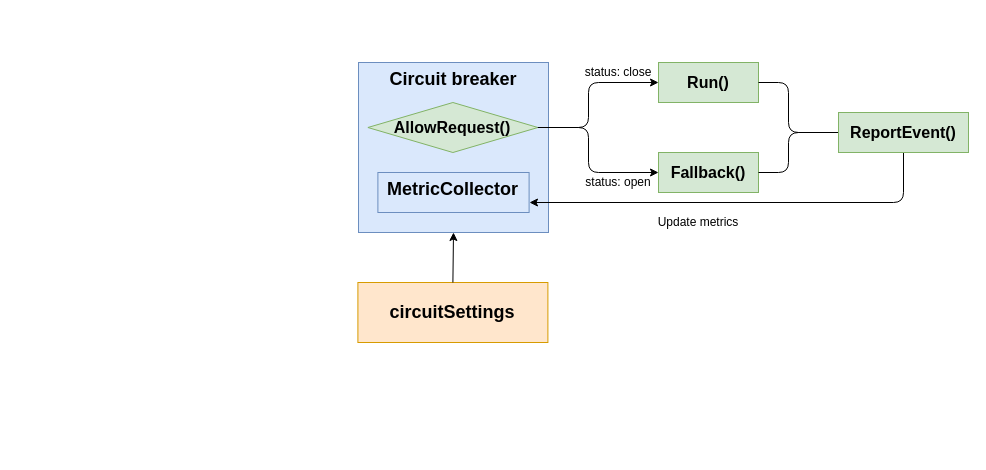
Before: hystrix_error_rate_architecture.drawio in baoqger/drawing.io, a draw.io diagram. Source tidied: cells renumbered, new cells numbered last; positions are measured from the earlier drawing's top-left corner, leaving out a move shared by most shapes. Both pictures are drawn from the tidied source at 100%, with x=0, y=0 at pixel (357, 62).
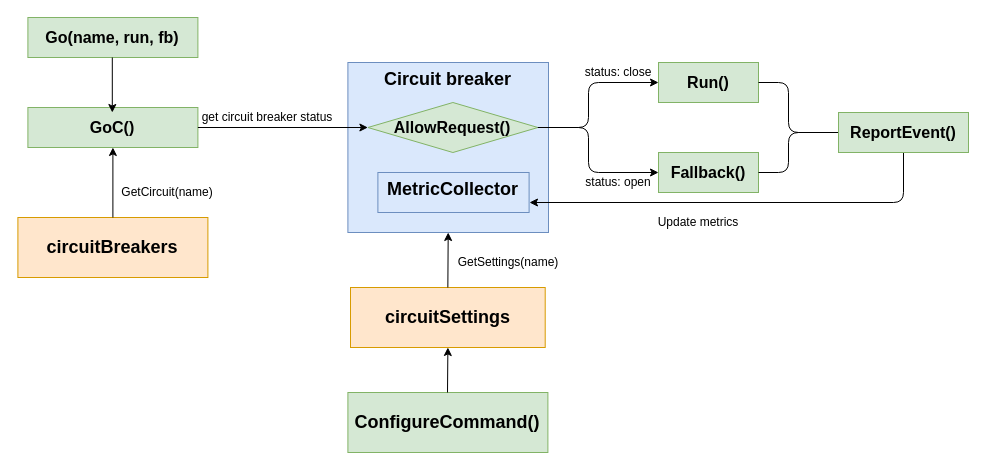
The same diagram, later.

Unchanged cells that the change refers to:
```xml
<mxCell id="6" value="AllowRequest()" style="rhombus;whiteSpace=wrap;html=1;fontSize=16;verticalAlign=middle;fillColor=#d5e8d4;strokeColor=#82b366;fontStyle=1;" parent="1" vertex="1">
  <mxGeometry x="10.4" y="40" width="170" height="50" as="geometry" />
</mxCell>
```

What changed in the source:
```diff
@@
     <mxCell id="2" value="Circuit breaker" style="rounded=0;whiteSpace=wrap;html=1;fillColor=#dae8fc;strokeColor=#6c8ebf;fontSize=18;fontStyle=1;verticalAlign=top;" parent="1" vertex="1">
-      <mxGeometry x="1" width="190" height="170" as="geometry" />
+      <mxGeometry x="-9.6" width="200.6" height="170" as="geometry" />
     </mxCell>
@@
     <mxCell id="16" value="circuitSettings" style="rounded=0;whiteSpace=wrap;html=1;fillColor=#ffe6cc;strokeColor=#d79b00;fontSize=18;fontStyle=1;verticalAlign=middle;" parent="1" vertex="1">
-      <mxGeometry x="0.4" y="220" width="190" height="60" as="geometry" />
+      <mxGeometry x="-7" y="225" width="194.7" height="60" as="geometry" />
     </mxCell>
@@
+    <mxCell id="19" value="ConfigureCommand()" style="rounded=0;whiteSpace=wrap;html=1;fillColor=#d5e8d4;strokeColor=#82b366;fontSize=18;fontStyle=1;verticalAlign=middle;" parent="1" vertex="1">
+      <mxGeometry x="-9.6" y="330" width="200" height="60" as="geometry" />
+    </mxCell>
+    <mxCell id="20" style="endArrow=classic;html=1;fontSize=16;fontColor=#000000;exitX=0.5;exitY=0;exitDx=0;exitDy=0;" parent="1" edge="1">
+      <mxGeometry relative="1" as="geometry">
+        <mxPoint x="90" y="330" as="sourcePoint" />
+        <mxPoint x="90.4" y="285" as="targetPoint" />
+      </mxGeometry>
+    </mxCell>
+    <mxCell id="21" value="GetSettings(name)" style="text;html=1;strokeColor=none;fillColor=none;align=center;verticalAlign=middle;whiteSpace=wrap;rounded=0;fontSize=12;" parent="1" vertex="1">
+      <mxGeometry x="41" y="190" width="220" height="20" as="geometry" />
+    </mxCell>
+    <mxCell id="22" value="circuitBreakers" style="rounded=0;whiteSpace=wrap;html=1;fillColor=#ffe6cc;strokeColor=#d79b00;fontSize=18;fontStyle=1;verticalAlign=middle;" parent="1" vertex="1">
+      <mxGeometry x="-339.6" y="155" width="190" height="60" as="geometry" />
+    </mxCell>
+    <mxCell id="23" value="GoC()" style="rounded=0;whiteSpace=wrap;html=1;fontSize=16;verticalAlign=middle;fillColor=#d5e8d4;strokeColor=#82b366;fontStyle=1;" parent="1" vertex="1">
+      <mxGeometry x="-329.6" y="45" width="170" height="40" as="geometry" />
+    </mxCell>
+    <mxCell id="24" value="Go(name, run, fb)" style="rounded=0;whiteSpace=wrap;html=1;fontSize=16;verticalAlign=middle;fillColor=#d5e8d4;strokeColor=#82b366;fontStyle=1;" parent="1" vertex="1">
+      <mxGeometry x="-329.6" y="-45" width="170" height="40" as="geometry" />
+    </mxCell>
+    <mxCell id="25" style="endArrow=classic;html=1;fontSize=16;fontColor=#000000;" parent="1" edge="1">
+      <mxGeometry relative="1" as="geometry">
+        <mxPoint x="-245.2" y="-5" as="sourcePoint" />
+        <mxPoint x="-245.2" y="50" as="targetPoint" />
+      </mxGeometry>
+    </mxCell>
+    <mxCell id="26" style="endArrow=classic;html=1;fontSize=16;fontColor=#000000;exitX=0.5;exitY=0;exitDx=0;exitDy=0;" parent="1" edge="1" source="22">
+      <mxGeometry relative="1" as="geometry">
+        <mxPoint x="-244.6" y="85" as="targetPoint" />
+      </mxGeometry>
+    </mxCell>
+    <mxCell id="27" value="GetCircuit(name)" style="text;html=1;strokeColor=none;fillColor=none;align=center;verticalAlign=middle;whiteSpace=wrap;rounded=0;fontSize=12;" parent="1" vertex="1">
+      <mxGeometry x="-299.6" y="120" width="220" height="20" as="geometry" />
+    </mxCell>
+    <mxCell id="28" style="endArrow=classic;html=1;fontSize=16;fontColor=#000000;entryX=0;entryY=0.5;entryDx=0;entryDy=0;exitX=1;exitY=0.5;exitDx=0;exitDy=0;" parent="1" edge="1" source="23" target="6">
+      <mxGeometry relative="1" as="geometry" />
+    </mxCell>
+    <mxCell id="29" value="get circuit breaker status" style="text;html=1;strokeColor=none;fillColor=none;align=center;verticalAlign=middle;whiteSpace=wrap;rounded=0;fontSize=12;" parent="1" vertex="1">
+      <mxGeometry x="-199.6" y="45" width="220" height="20" as="geometry" />
+    </mxCell>
```
